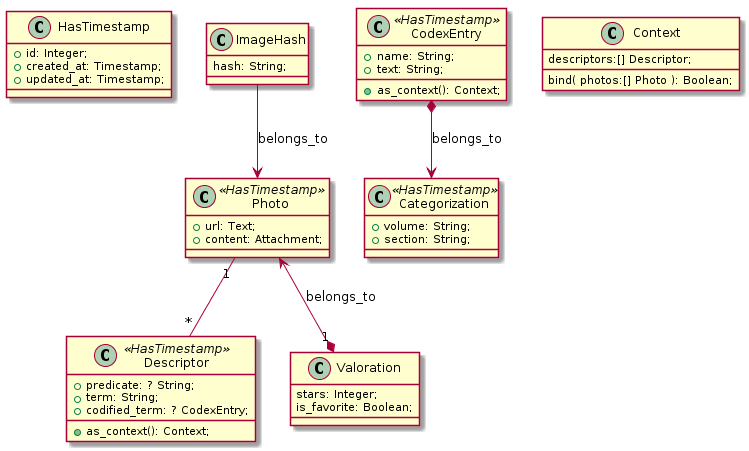
Before: out/model/Model.png, a diagram exported from PlantUML (mizhal/imagedb). The source it was exported from:
```plantuml
@startuml Model

class HasTimestamp {
    + id: Integer;
    + created_at: Timestamp;
    + updated_at: Timestamp;
}

class Photo <<HasTimestamp>> {
    + url: Text;
    + content: Attachment;
}

class Categorization <<HasTimestamp>> {
    + volume: String;
    + section: String;
}

class Descriptor <<HasTimestamp>> {
    + predicate: ? String;
    + term: String;
    + codified_term: ? CodexEntry;

    + as_context(): Context;
}

class CodexEntry <<HasTimestamp>> {
    + name: String;
    + text: String;

    + as_context(): Context;
}

class ImageHash {
    hash: String;
}

class Valoration{
    stars: Integer;
    is_favorite: Boolean;
}

class Context{
    descriptors:[] Descriptor;

    bind( photos:[] Photo ): Boolean;
}

CodexEntry *--> Categorization: belongs_to

Photo "1" -- "*" Descriptor

ImageHash --> Photo: belongs_to

Photo <--* "1" Valoration: belongs_to

@enduml
```
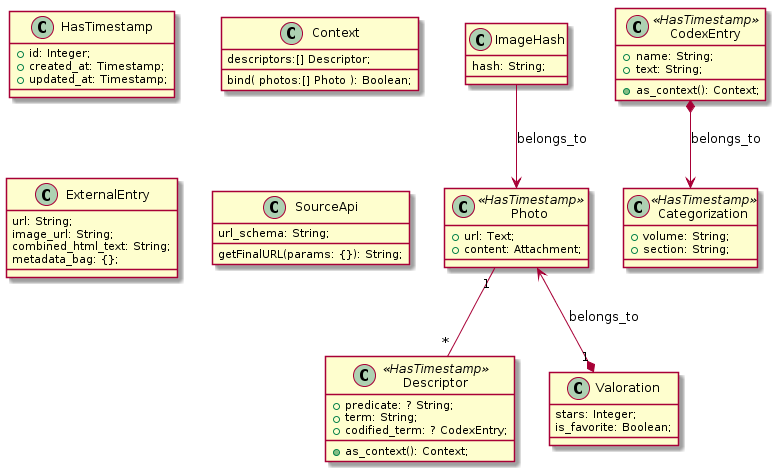
Above is the later version.

Change to the diagram source:
```diff
@@ -46,6 +46,19 @@
     bind( photos:[] Photo ): Boolean;
 }
 
+class ExternalEntry {
+    url: String;
+    image_url: String;
+    combined_html_text: String;
+    metadata_bag: {};
+}
+
+class SourceApi {
+    url_schema: String;
+
+    getFinalURL(params: {}): String;
+}
+
 CodexEntry *--> Categorization: belongs_to
 
 Photo "1" -- "*" Descriptor
```
